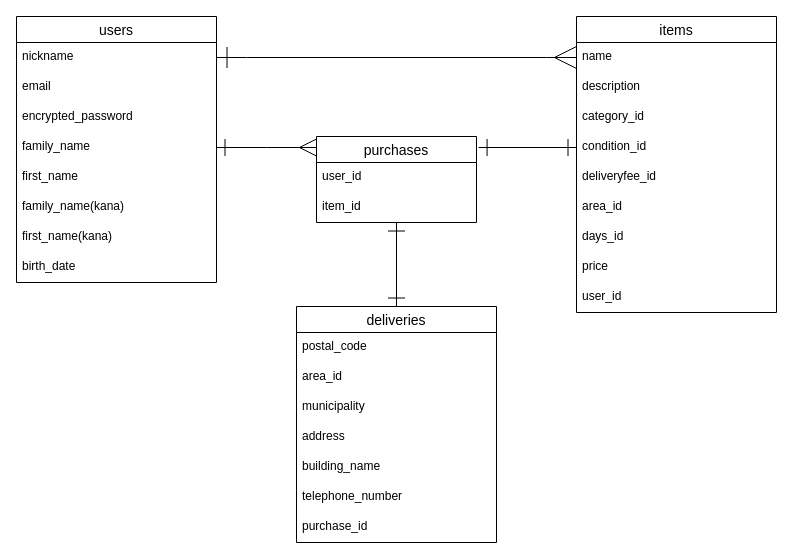
Before: db.dio in yu-suke-sun/furima-32360, a draw.io diagram. Source tidied: cells renumbered, new cells numbered last; positions are measured from the earlier drawing's top-left corner, leaving out a move shared by most shapes. Both pictures are drawn from the tidied source at 100%, with x=0, y=0 at pixel (16, 16).
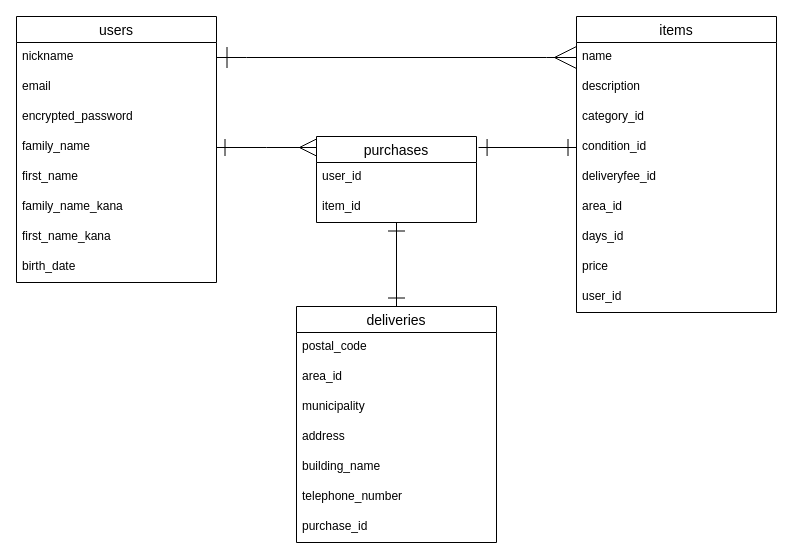
Above is the later version.

Commit message (it also covers changes not shown here):
データベース設計の編集２

The change refers to these unchanged cells:
```xml
<mxCell id="2" value="users" style="swimlane;fontStyle=0;horizontal=1;startSize=26;align=center;fontSize=14;" parent="1" vertex="1">
  <mxGeometry width="200" height="266" as="geometry" />
</mxCell>
```

The edit, as a diff of the source:
```diff
@@
-    <mxCell id="8" value="family_name(kana)" style="text;strokeColor=none;fillColor=none;spacingLeft=4;spacingRight=4;overflow=hidden;fontSize=12;" parent="2" vertex="1">
+    <mxCell id="8" value="family_name_kana" style="text;strokeColor=none;fillColor=none;spacingLeft=4;spacingRight=4;overflow=hidden;fontSize=12;" parent="2" vertex="1">
       <mxGeometry y="176" width="200" height="30" as="geometry" />
     </mxCell>
-    <mxCell id="9" value="first_name(kana)" style="text;strokeColor=none;fillColor=none;spacingLeft=4;spacingRight=4;overflow=hidden;fontSize=12;" parent="2" vertex="1">
+    <mxCell id="9" value="first_name_kana" style="text;strokeColor=none;fillColor=none;spacingLeft=4;spacingRight=4;overflow=hidden;fontSize=12;" parent="2" vertex="1">
       <mxGeometry y="206" width="200" height="30" as="geometry" />
     </mxCell>
```
